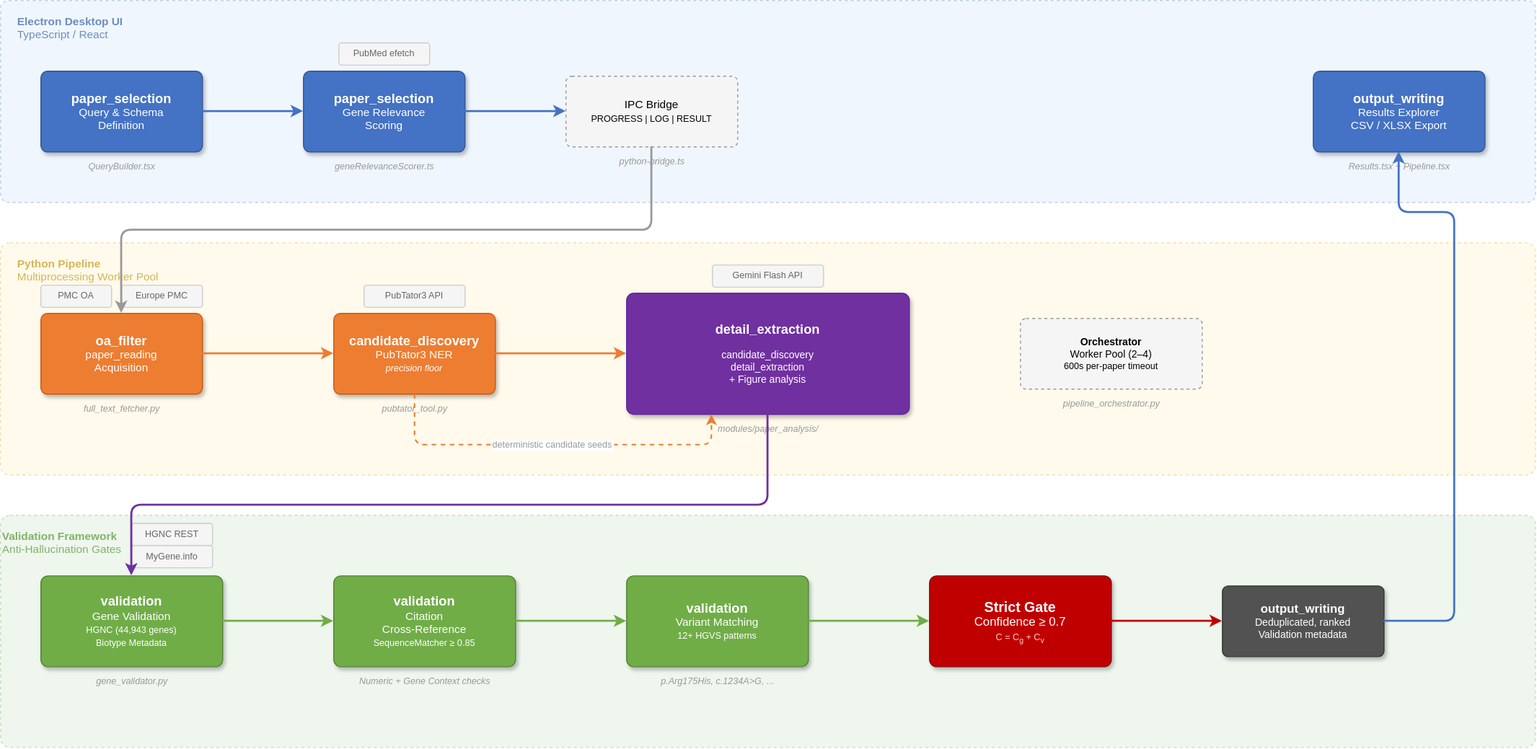
Above: publication/figures/architecture_diagram.drawio.svg in michaluppal/Researchshop-Disease2Gene (draw.io), before the change. Source tidied: cells renumbered, new cells last; positions are measured from the earlier drawing's top-left corner, leaving out a move shared by most shapes.
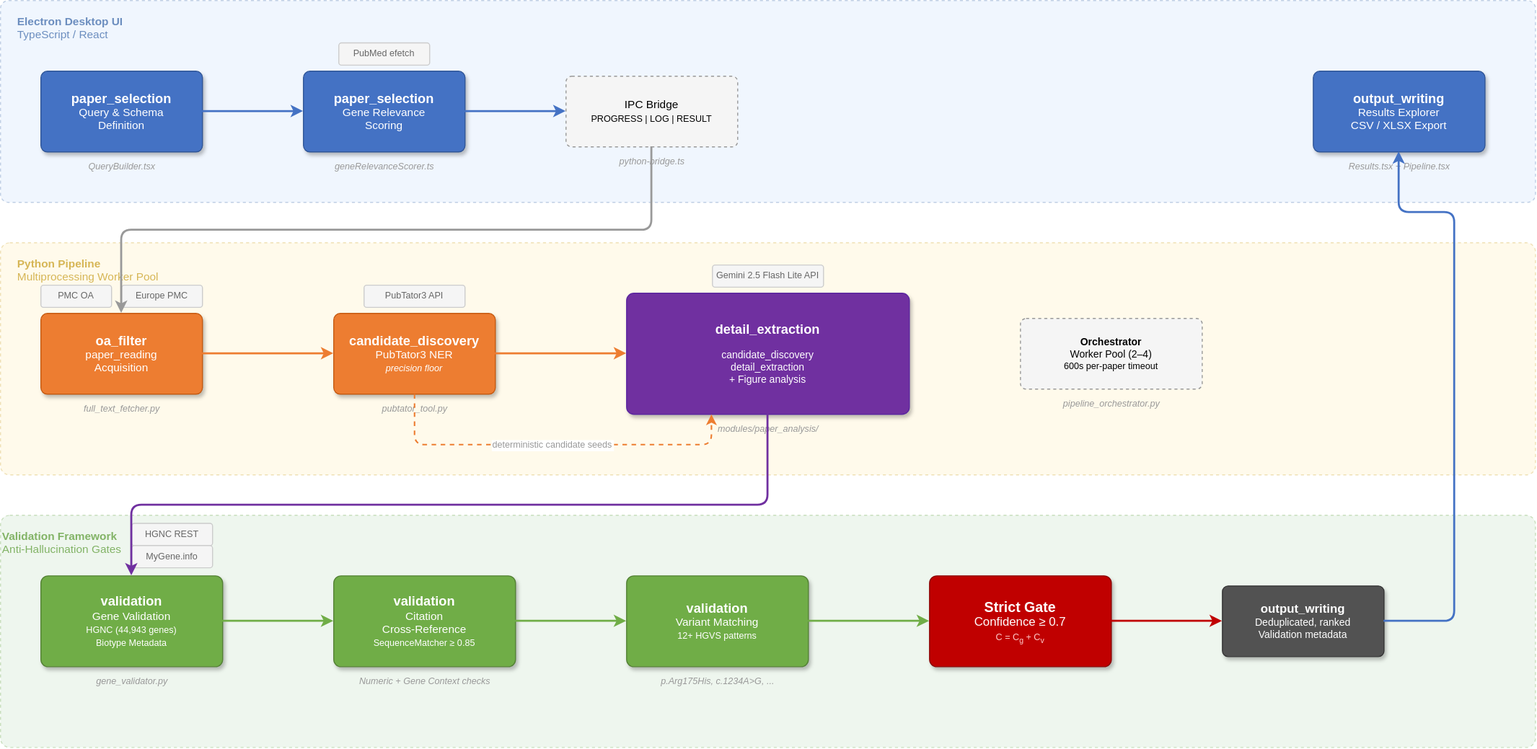
Later version of the same file.

The edit, as a diff of the source:
```diff
@@ -74,7 +74,7 @@
     <mxCell id="25" value="modules/paper_analysis/" style="text;html=1;fontSize=9;fontColor=#999999;fontStyle=2;align=center;" parent="1" vertex="1">
       <mxGeometry x="620" y="413" width="280" height="20" as="geometry" />
     </mxCell>
-    <mxCell id="26" value="Gemini Flash API" style="rounded=1;whiteSpace=wrap;html=1;fillColor=#f5f5f5;strokeColor=#cccccc;fontSize=9;fontColor=#666666;arcSize=12;" parent="1" vertex="1">
+    <mxCell id="26" value="Gemini 2.5 Flash Lite API" style="rounded=1;whiteSpace=wrap;html=1;fillColor=#f5f5f5;strokeColor=#cccccc;fontSize=9;fontColor=#666666;arcSize=12;" parent="1" vertex="1">
       <mxGeometry x="705" y="262" width="110" height="22" as="geometry" />
     </mxCell>
     <mxCell id="27" value="&lt;b&gt;Orchestrator&lt;/b&gt;&lt;br&gt;Worker Pool (2–4)&lt;br&gt;&lt;font style=&quot;font-size:9px&quot;&gt;600s per-paper timeout&lt;/font&gt;" style="rounded=1;whiteSpace=wrap;html=1;fillColor=#f5f5f5;strokeColor=#999999;fontSize=10;dashed=1;arcSize=8;" parent="1" vertex="1">
```
